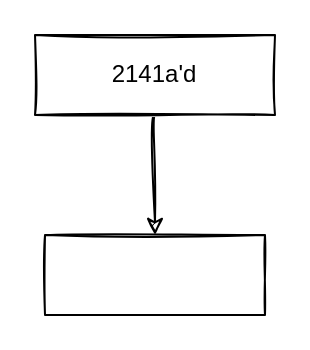
Earlier version of the draw.io diagram Untitled Diagram.drawio (xunzhaoxusanduo/1-drawio). Source tidied: cells renumbered, new cells numbered last; positions are measured from the earlier drawing's top-left corner, leaving out a move shared by most shapes. Both pictures are drawn from the tidied source at 200%, with x=0, y=0 at pixel (34, 34).
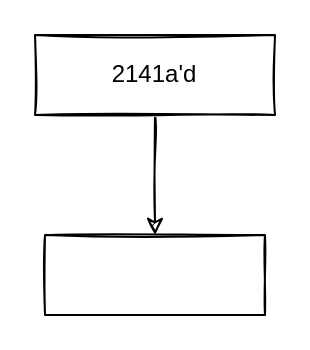
Above is the later version.

The edit, as a diff of the source:
```diff
@@
 <mxGraphModel>
   <root>
     <mxCell id="0" />
     <mxCell id="1" parent="0" />
-    <mxCell id="2" style="edgeStyle=orthogonalEdgeStyle;rounded=0;sketch=1;jettySize=auto;html=1;exitX=0.5;exitY=1;exitDx=0;exitDy=0;entryX=0.5;entryY=0;entryDx=0;entryDy=0;curved=1;" parent="1" edge="1" source="3" target="4">
+    <mxCell id="2" style="edgeStyle=orthogonalEdgeStyle;rounded=0;sketch=1;jettySize=auto;html=1;exitX=0.5;exitY=1;exitDx=0;exitDy=0;entryX=0.5;entryY=0;entryDx=0;entryDy=0;" parent="1" edge="1" source="3" target="4">
       <mxGeometry relative="1" as="geometry" />
     </mxCell>
     <mxCell id="3" value="2141a'd" style="rounded=0;whiteSpace=wrap;html=1;sketch=1;" parent="1" vertex="1">
       <mxGeometry width="120" height="40" as="geometry" />
     </mxCell>
     <mxCell id="4" style="rounded=0;whiteSpace=wrap;html=1;sketch=1;" parent="1" vertex="1">
       <mxGeometry x="5" y="100" width="110" height="40" as="geometry" />
     </mxCell>
   </root>
 </mxGraphModel>
```
